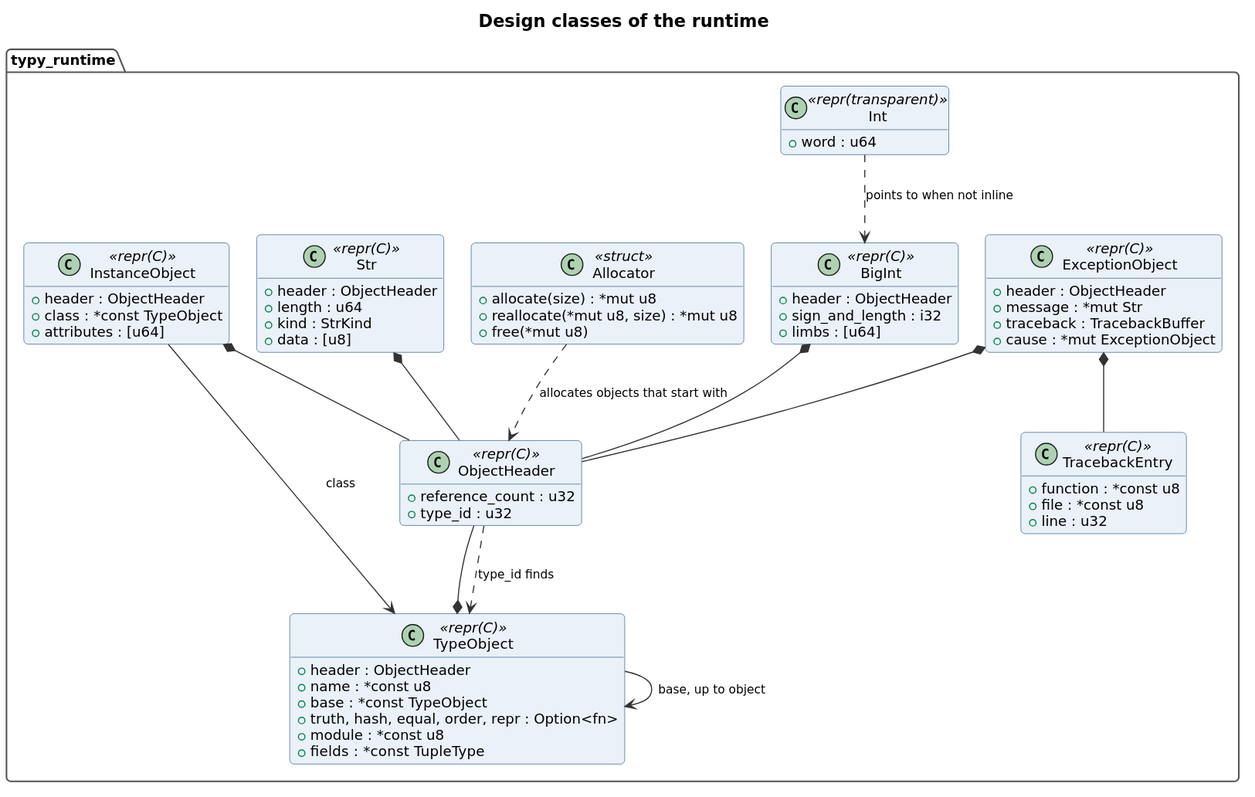
Earlier version of the PlantUML export docs/diagrams/class-design-runtime.svg (typy-lang/typy). Its source is kept beside it as docs/diagrams/class-design-runtime.puml.
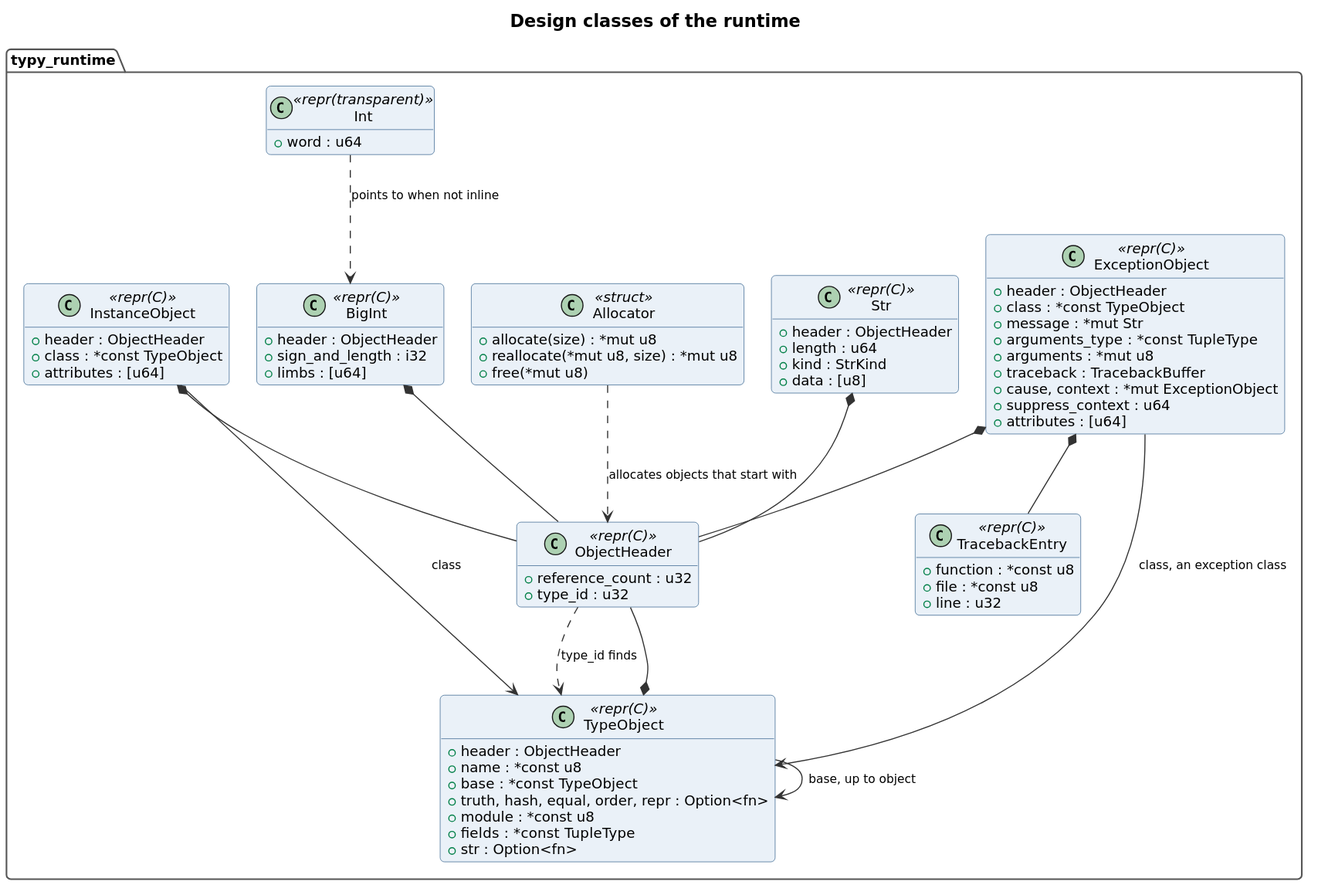
The same diagram one commit later.

The edit, as a diff of the source:
```diff
@@ -16,6 +16,7 @@
         +truth, hash, equal, order, repr : Option<fn>
         +module : *const u8
         +fields : *const TupleType
+        +str : Option<fn>
     }
     class InstanceObject <<repr(C)>> {
         +header : ObjectHeader
@@ -38,9 +39,14 @@
     }
     class ExceptionObject <<repr(C)>> {
         +header : ObjectHeader
+        +class : *const TypeObject
         +message : *mut Str
+        +arguments_type : *const TupleType
+        +arguments : *mut u8
         +traceback : TracebackBuffer
-        +cause : *mut ExceptionObject
+        +cause, context : *mut ExceptionObject
+        +suppress_context : u64
+        +attributes : [u64]
     }
     class TracebackEntry <<repr(C)>> {
         +function : *const u8
@@ -62,6 +68,7 @@
 TypeObject *-- ObjectHeader
 TypeObject --> TypeObject : base, up to object
 InstanceObject --> TypeObject : class
+ExceptionObject --> TypeObject : class, an exception class
 ObjectHeader ..> TypeObject : type_id finds
 Int ..> BigInt : points to when not inline
 Allocator ..> ObjectHeader : allocates objects that start with
```
